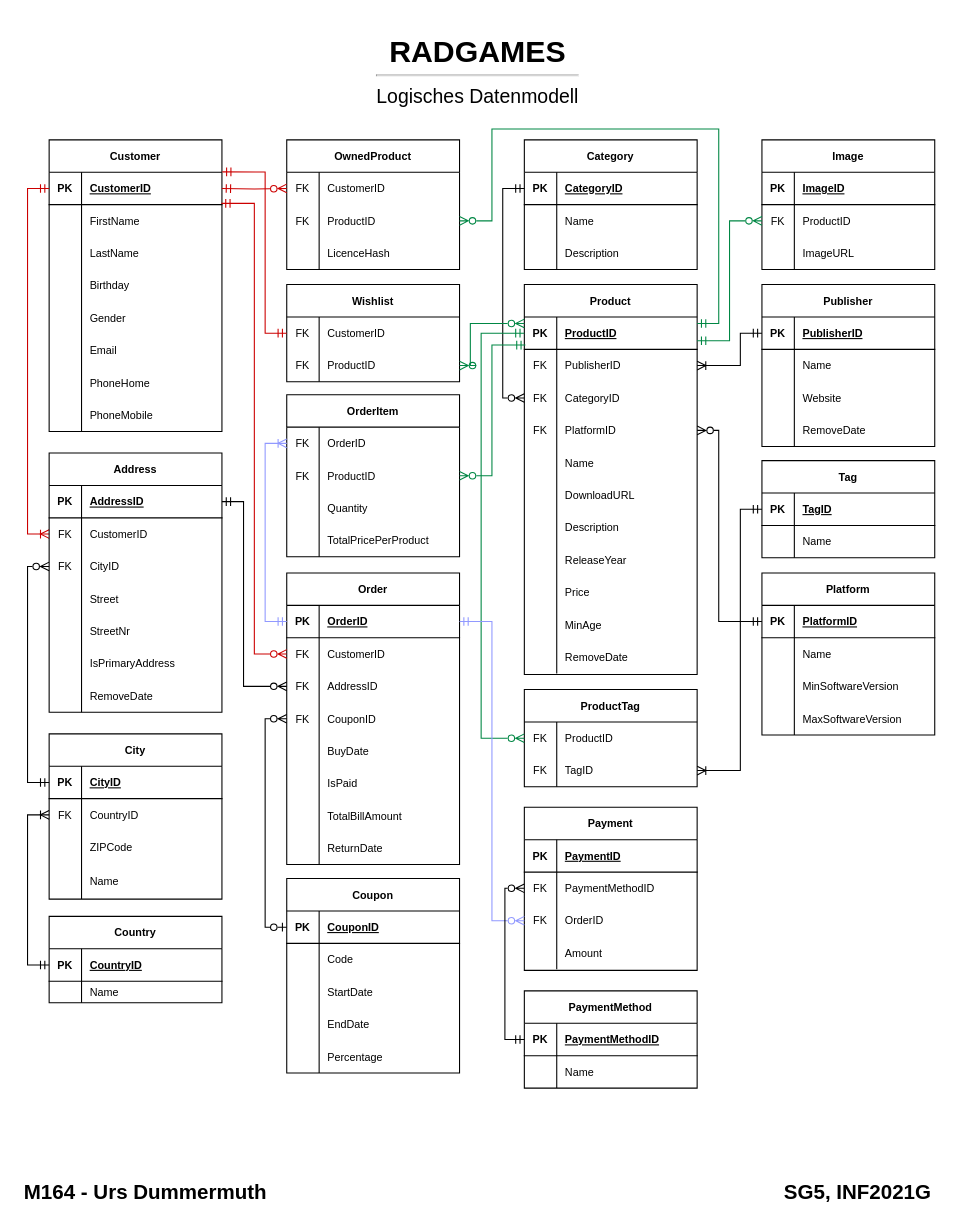
The draw.io diagram page "Logisch" (2 of 3) of Konzepte/Datenmodell.drawio in TD99/gibb-m164, before the edit. Source tidied: cells renumbered, new cells numbered last; positions are measured from the earlier drawing's top-left corner, leaving out a move shared by most shapes. Both pictures are drawn from the tidied source at 108%, with x=0, y=0 at pixel (18, 29).
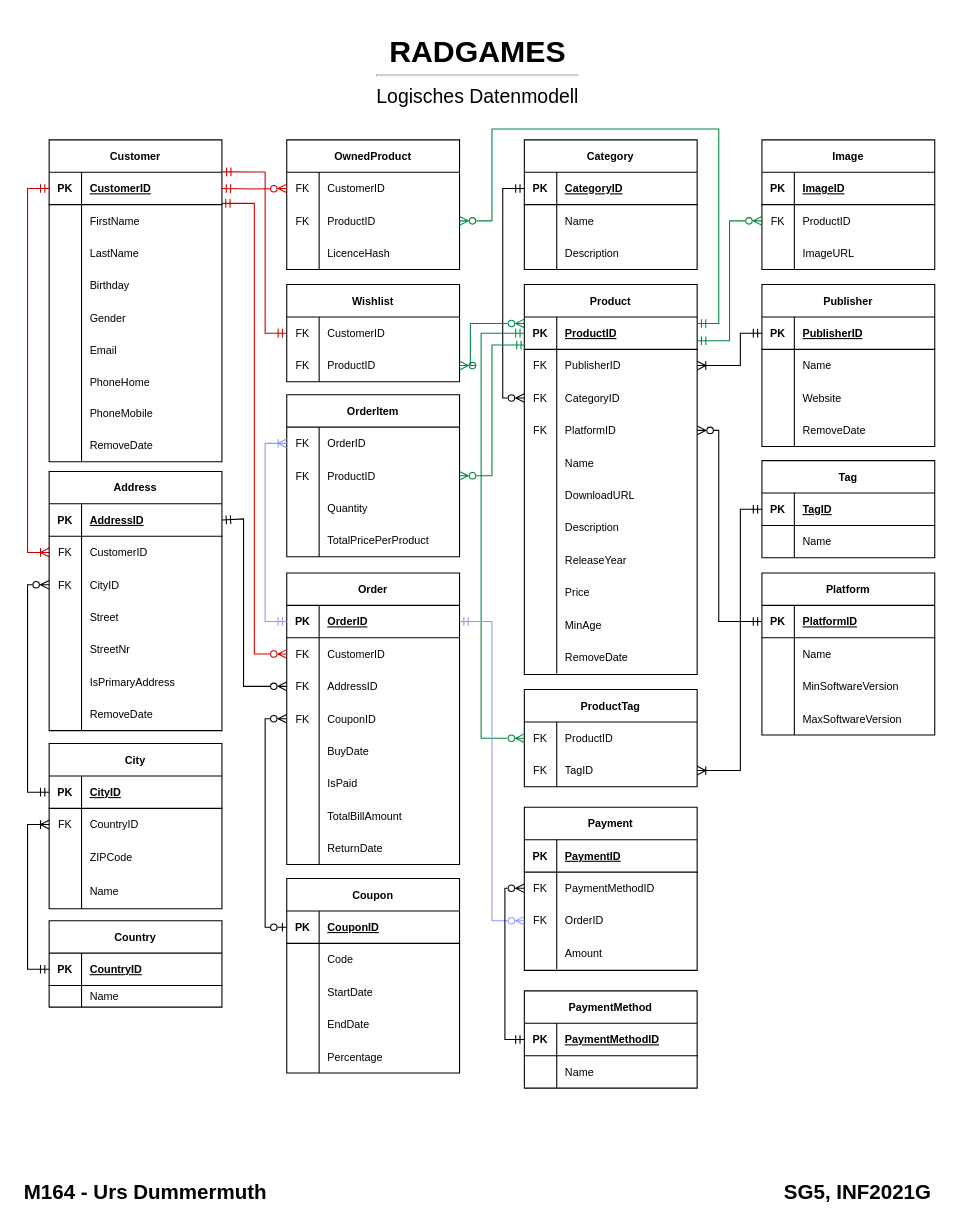
The same diagram, later.

The change refers to these unchanged cells:
```xml
<mxCell id="31" style="shape=tableRow;horizontal=0;startSize=0;swimlaneHead=0;swimlaneBody=0;fillColor=none;points=[[0,0.5],[1,0.5]];portConstraint=eastwest;top=0;left=0;right=0;bottom=1;fontSize=10;" parent="30" vertex="1">
  <mxGeometry y="30" width="160" height="30" as="geometry" />
</mxCell>
<mxCell id="99" style="shape=tableRow;horizontal=0;startSize=0;swimlaneHead=0;swimlaneBody=0;fillColor=none;points=[[0,0.5],[1,0.5]];portConstraint=eastwest;top=0;left=0;right=0;bottom=0;fontSize=10;" parent="92" vertex="1">
  <mxGeometry y="90" width="160" height="30" as="geometry" />
</mxCell>
```

Change to the diagram source:
```diff
@@
     <mxCell id="4" value="Customer" style="shape=table;startSize=30;childLayout=tableLayout;rowLines=0;fontStyle=1;align=center;fontSize=10;spacing=2;fillColor=none;" parent="1" vertex="1">
-      <mxGeometry x="28" y="102" width="160" height="270" as="geometry" />
+      <mxGeometry x="28" y="102" width="160" height="298" as="geometry" />
     </mxCell>
@@
     <mxCell id="23" style="shape=tableRow;horizontal=0;startSize=0;swimlaneHead=0;swimlaneBody=0;fillColor=none;top=0;left=0;right=0;bottom=0;" parent="4" vertex="1">
-      <mxGeometry y="210" width="160" height="30" as="geometry" />
+      <mxGeometry y="210" width="160" height="28" as="geometry" />
     </mxCell>
     <mxCell id="24" style="shape=partialRectangle;fillColor=none;top=0;left=0;bottom=0;right=0;overflow=hidden;fontSize=10;spacing=2;" parent="23" vertex="1">
-      <mxGeometry width="30" height="30" as="geometry" />
+      <mxGeometry width="30" height="28" as="geometry" />
     </mxCell>
     <mxCell id="25" value="PhoneHome" style="shape=partialRectangle;fillColor=none;top=0;left=0;bottom=0;right=0;align=left;spacingLeft=6;overflow=hidden;fontSize=10;spacing=2;" parent="23" vertex="1">
-      <mxGeometry x="30" width="130" height="30" as="geometry" />
+      <mxGeometry x="30" width="130" height="28" as="geometry" />
     </mxCell>
     <mxCell id="26" style="shape=tableRow;horizontal=0;startSize=0;swimlaneHead=0;swimlaneBody=0;fillColor=none;top=0;left=0;right=0;bottom=0;" parent="4" vertex="1">
-      <mxGeometry y="240" width="160" height="30" as="geometry" />
+      <mxGeometry y="238" width="160" height="30" as="geometry" />
     </mxCell>
@@
+    <mxCell id="277" style="shape=tableRow;horizontal=0;startSize=0;swimlaneHead=0;swimlaneBody=0;fillColor=none;top=0;left=0;right=0;bottom=0;" parent="4" vertex="1">
+      <mxGeometry y="268" width="160" height="30" as="geometry" />
+    </mxCell>
+    <mxCell id="278" style="shape=partialRectangle;fillColor=none;top=0;left=0;bottom=0;right=0;overflow=hidden;fontSize=10;spacing=2;" parent="277" vertex="1">
+      <mxGeometry width="30" height="30" as="geometry" />
+    </mxCell>
+    <mxCell id="279" value="RemoveDate" style="shape=partialRectangle;fillColor=none;top=0;left=0;bottom=0;right=0;align=left;spacingLeft=6;overflow=hidden;fontSize=10;spacing=2;" parent="277" vertex="1">
+      <mxGeometry x="30" width="130" height="30" as="geometry" />
+    </mxCell>
@@
     <mxCell id="30" value="Address" style="shape=table;startSize=30;childLayout=tableLayout;rowLines=0;fontStyle=1;align=center;fontSize=10;fillColor=none;" parent="1" vertex="1">
-      <mxGeometry x="28" y="392" width="160" height="240" as="geometry" />
+      <mxGeometry x="28" y="409" width="160" height="240" as="geometry" />
     </mxCell>
@@
     <mxCell id="53" value="Country" style="shape=table;startSize=30;childLayout=tableLayout;rowLines=0;fontStyle=1;align=center;fontSize=10;fillColor=none;" parent="1" vertex="1">
-      <mxGeometry x="28" y="821" width="160" height="80" as="geometry" />
+      <mxGeometry x="28" y="825" width="160" height="80" as="geometry" />
     </mxCell>
@@
-    <mxCell id="119" style="edgeStyle=orthogonalEdgeStyle;rounded=0;jettySize=auto;html=1;exitX=0;exitY=0.5;exitDx=0;exitDy=0;entryX=1;entryY=0.5;entryDx=0;entryDy=0;startArrow=ERzeroToMany;startFill=0;endArrow=ERmandOne;endFill=0;" parent="1" edge="1" source="99" target="31">
+    <mxCell id="119" style="edgeStyle=orthogonalEdgeStyle;rounded=0;jettySize=auto;html=1;exitX=0;exitY=0.5;exitDx=0;exitDy=0;startArrow=ERzeroToMany;startFill=0;endArrow=ERmandOne;endFill=0;entryX=1;entryY=0.5;entryDx=0;entryDy=0;" parent="1" edge="1" source="99" target="31">
       <mxGeometry relative="1" as="geometry">
         <Array as="points">
           <mxPoint x="208" y="608" />
-          <mxPoint x="208" y="437" />
+          <mxPoint x="208" y="453" />
         </Array>
       </mxGeometry>
     </mxCell>
@@
     <mxCell id="190" value="City" style="shape=table;startSize=30;childLayout=tableLayout;rowLines=0;fontStyle=1;align=center;fontSize=10;fillColor=none;" parent="1" vertex="1">
-      <mxGeometry x="28" y="652" width="160" height="153" as="geometry" />
+      <mxGeometry x="28" y="661" width="160" height="153" as="geometry" />
     </mxCell>
```
